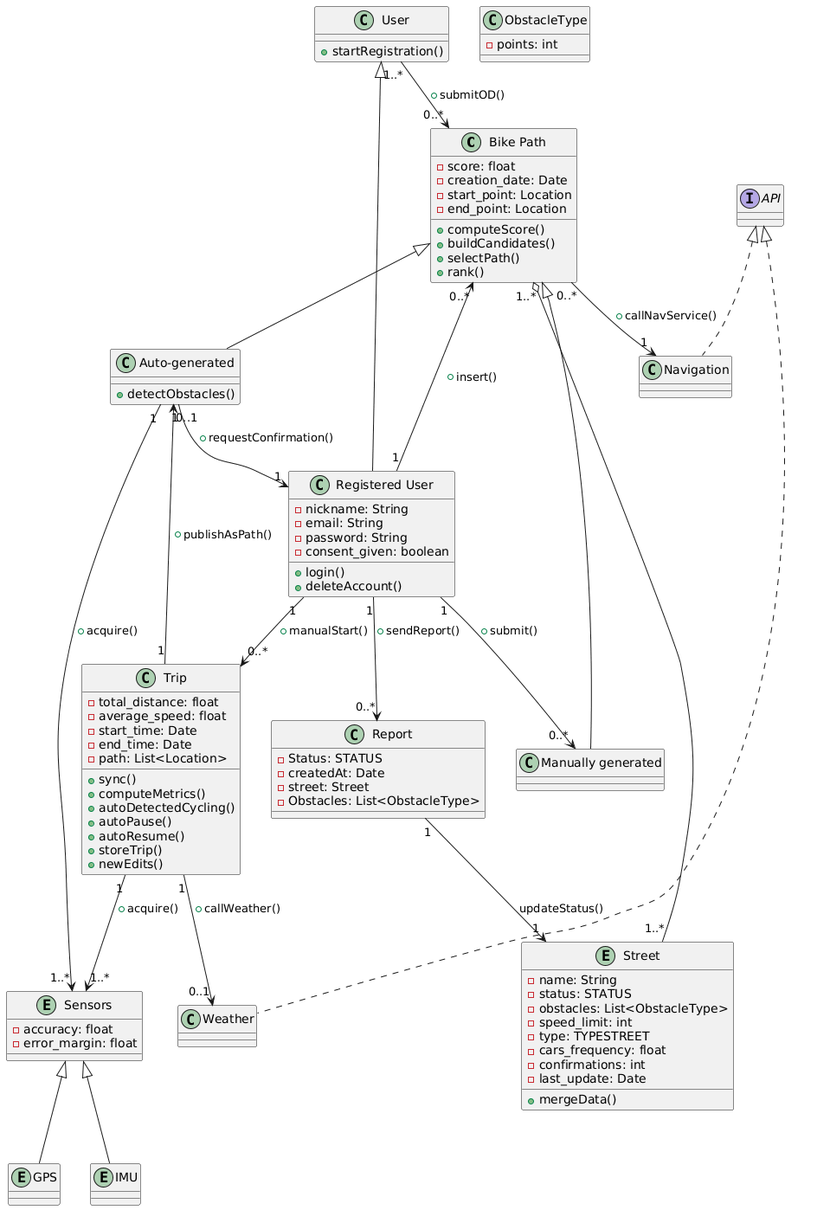
Earlier version of the PlantUML export RASD/Images/class_diagram.png (gixium/BPP-System-Design-Specification).
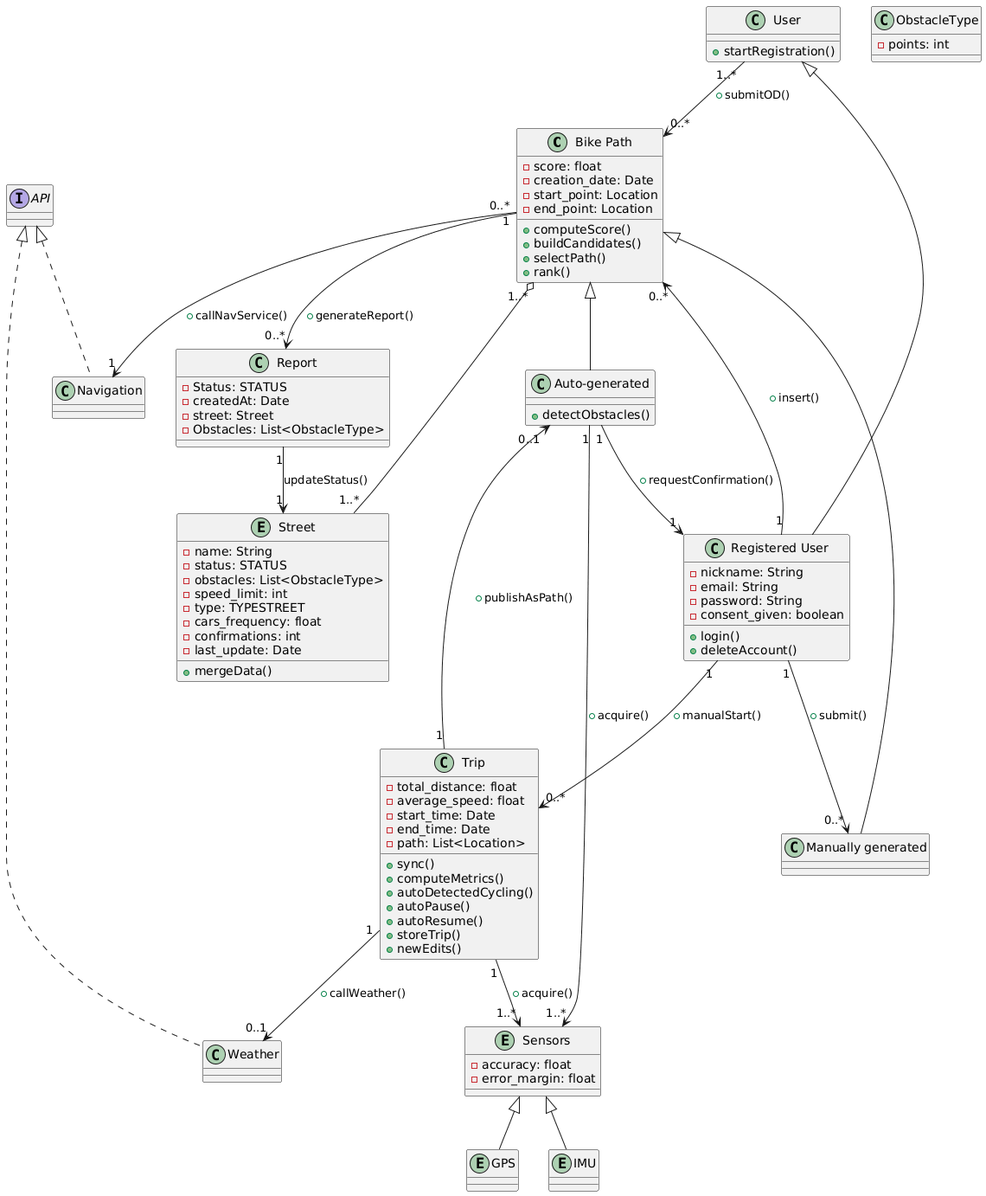
After the change.

Commit message:
update class diagram

Diff of the diagram source:
```diff
@@ -82,7 +82,7 @@
 "Auto-generated" "1" -->	"1..*" Sensors : + acquire()
 Trip "1" -->	"1..*"	Sensors : + acquire()
 Trip "1" --> "0..1"	Weather : + callWeather()
-"Registered User" "1" --> "0..*" Report : + sendReport()
+"Bike Path" "1" --> "0..*" Report : + generateReport()
 Report "1" --> "1" Street : updateStatus()
 Trip "1" --> "0..1" "Auto-generated" : + publishAsPath()
 "Auto-generated" "1" --> "1" "Registered User" : + requestConfirmation()
```
